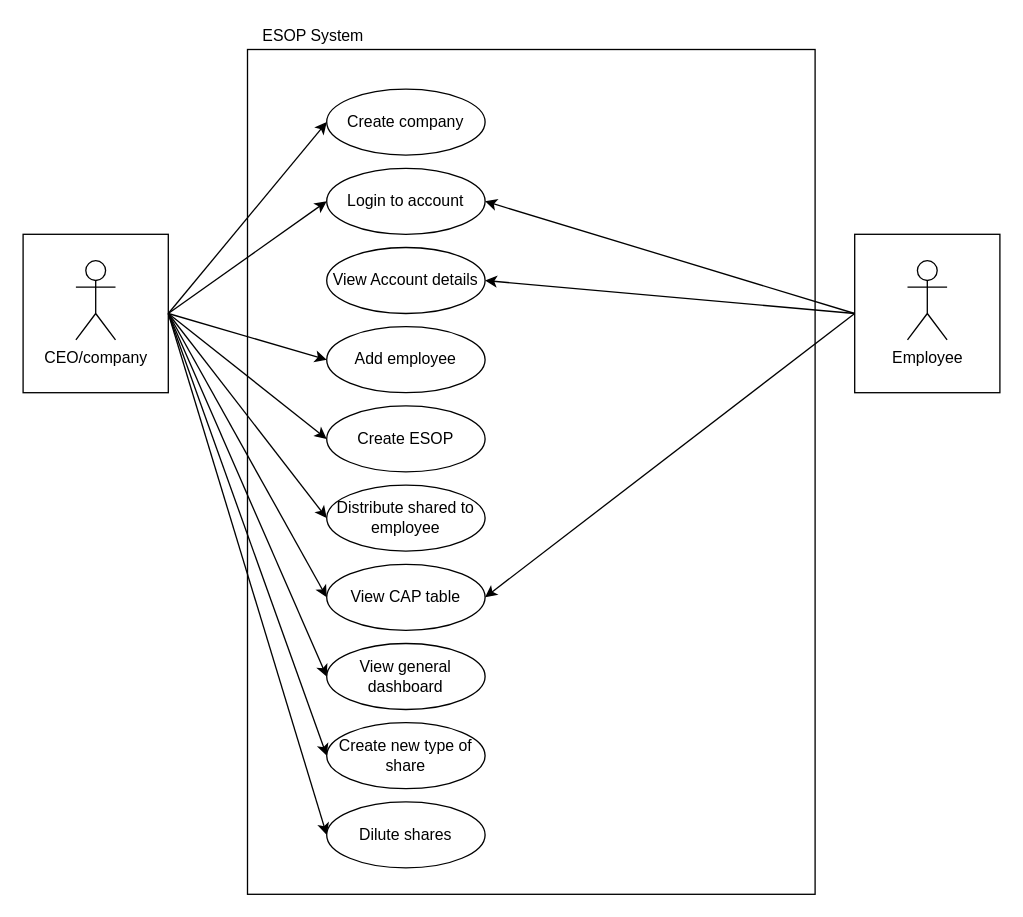
The draw.io diagram Use Case Diagram.drawio in stefdworschak/ub_hackathon, before the edit. Source tidied: cells renumbered, new cells numbered last; positions are measured from the earlier drawing's top-left corner, leaving out a move shared by most shapes. Both pictures are drawn from the tidied source at 132%, with x=0, y=0 at pixel (22, 22).
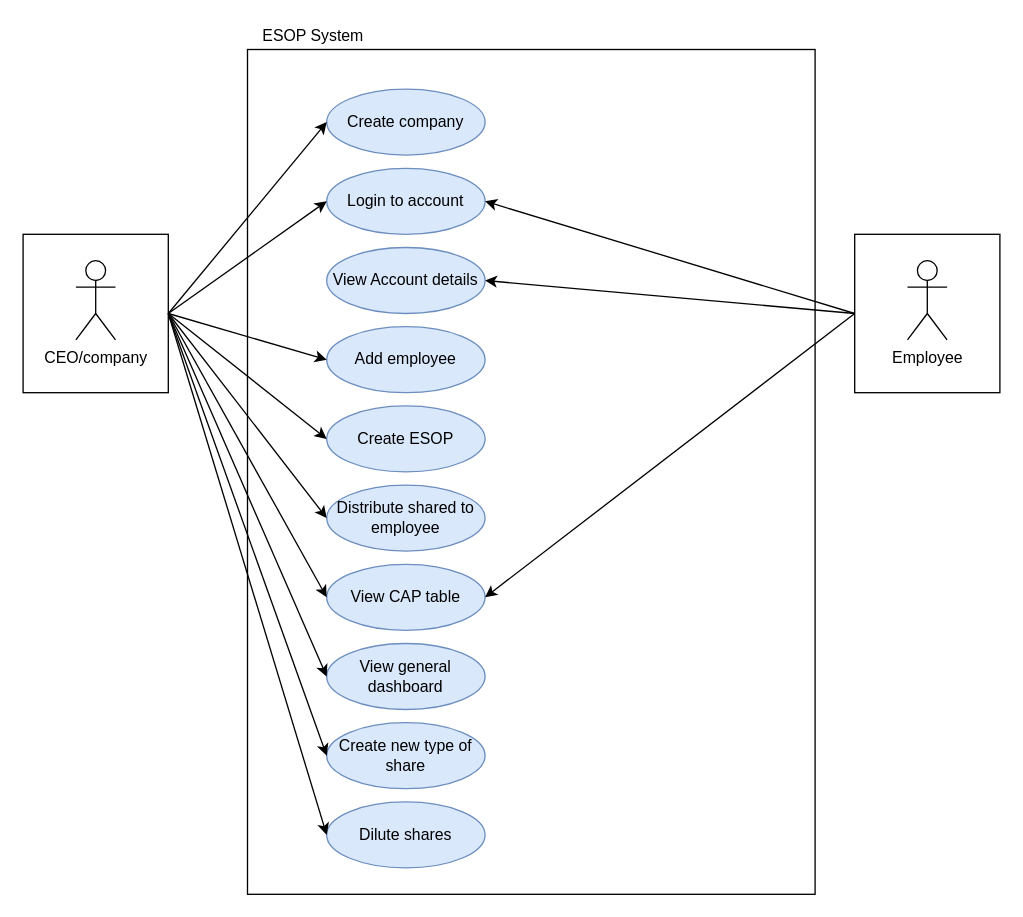
The same page after the edit.

Change to the diagram source:
```diff
@@
-    <mxCell id="9" value="Create company" style="ellipse;whiteSpace=wrap;html=1;" parent="1" vertex="1">
+    <mxCell id="9" value="Create company" style="ellipse;whiteSpace=wrap;html=1;fillColor=#dae8fc;strokeColor=#6c8ebf;" parent="1" vertex="1">
       <mxGeometry x="230" y="50" width="120" height="50" as="geometry" />
     </mxCell>
-    <mxCell id="10" value="Add employee" style="ellipse;whiteSpace=wrap;html=1;" parent="1" vertex="1">
+    <mxCell id="10" value="Add employee" style="ellipse;whiteSpace=wrap;html=1;fillColor=#dae8fc;strokeColor=#6c8ebf;" parent="1" vertex="1">
       <mxGeometry x="230" y="230" width="120" height="50" as="geometry" />
     </mxCell>
-    <mxCell id="11" value="Create ESOP" style="ellipse;whiteSpace=wrap;html=1;" parent="1" vertex="1">
+    <mxCell id="11" value="Create ESOP" style="ellipse;whiteSpace=wrap;html=1;fillColor=#dae8fc;strokeColor=#6c8ebf;" parent="1" vertex="1">
       <mxGeometry x="230" y="290" width="120" height="50" as="geometry" />
     </mxCell>
-    <mxCell id="12" value="Login to account" style="ellipse;whiteSpace=wrap;html=1;" parent="1" vertex="1">
+    <mxCell id="12" value="Login to account" style="ellipse;whiteSpace=wrap;html=1;fillColor=#dae8fc;strokeColor=#6c8ebf;" parent="1" vertex="1">
       <mxGeometry x="230" y="110" width="120" height="50" as="geometry" />
     </mxCell>
-    <mxCell id="13" value="Distribute shared to employee" style="ellipse;whiteSpace=wrap;html=1;" parent="1" vertex="1">
+    <mxCell id="13" value="Distribute shared to employee" style="ellipse;whiteSpace=wrap;html=1;fillColor=#dae8fc;strokeColor=#6c8ebf;" parent="1" vertex="1">
       <mxGeometry x="230" y="350" width="120" height="50" as="geometry" />
     </mxCell>
-    <mxCell id="14" value="View CAP table" style="ellipse;whiteSpace=wrap;html=1;" parent="1" vertex="1">
+    <mxCell id="14" value="View CAP table" style="ellipse;whiteSpace=wrap;html=1;fillColor=#dae8fc;strokeColor=#6c8ebf;" parent="1" vertex="1">
       <mxGeometry x="230" y="410" width="120" height="50" as="geometry" />
     </mxCell>
-    <mxCell id="15" value="View general dashboard" style="ellipse;whiteSpace=wrap;html=1;" parent="1" vertex="1">
+    <mxCell id="15" value="View general dashboard" style="ellipse;whiteSpace=wrap;html=1;fillColor=#dae8fc;strokeColor=#6c8ebf;" parent="1" vertex="1">
       <mxGeometry x="230" y="470" width="120" height="50" as="geometry" />
     </mxCell>
-    <mxCell id="16" value="Create new type of share" style="ellipse;whiteSpace=wrap;html=1;" parent="1" vertex="1">
+    <mxCell id="16" value="Create new type of share" style="ellipse;whiteSpace=wrap;html=1;fillColor=#dae8fc;strokeColor=#6c8ebf;" parent="1" vertex="1">
       <mxGeometry x="230" y="530" width="120" height="50" as="geometry" />
     </mxCell>
-    <mxCell id="17" value="Dilute shares" style="ellipse;whiteSpace=wrap;html=1;" parent="1" vertex="1">
+    <mxCell id="17" value="Dilute shares" style="ellipse;whiteSpace=wrap;html=1;fillColor=#dae8fc;strokeColor=#6c8ebf;" parent="1" vertex="1">
       <mxGeometry x="230" y="590" width="120" height="50" as="geometry" />
     </mxCell>
@@
-    <mxCell id="29" value="View Account details" style="ellipse;whiteSpace=wrap;html=1;" parent="1" vertex="1">
+    <mxCell id="29" value="View Account details" style="ellipse;whiteSpace=wrap;html=1;fillColor=#dae8fc;strokeColor=#6c8ebf;" parent="1" vertex="1">
       <mxGeometry x="230" y="170" width="120" height="50" as="geometry" />
     </mxCell>
```
